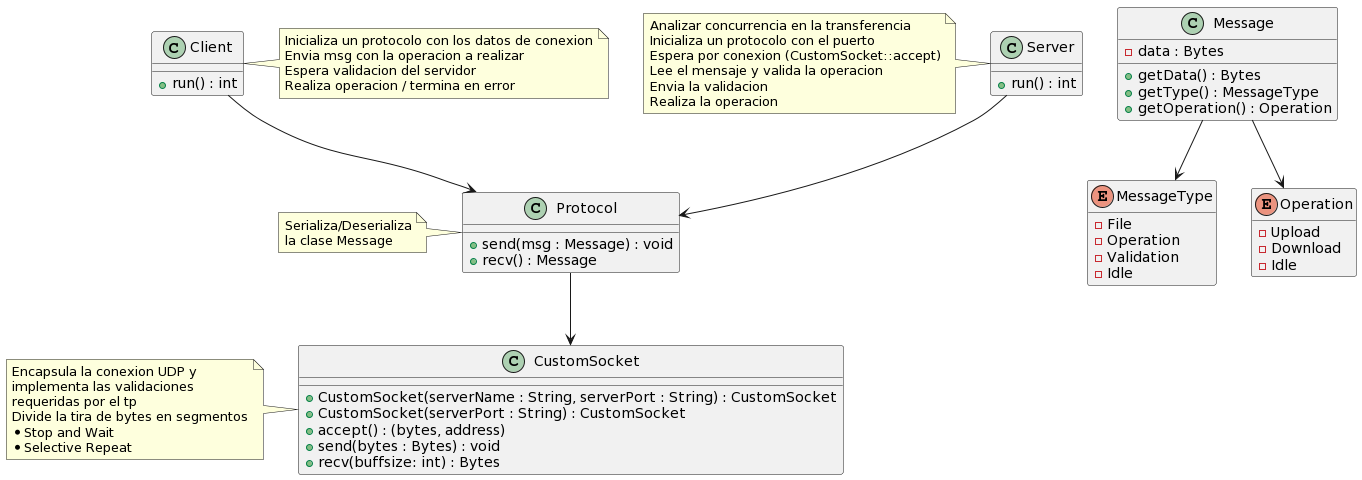
Above: clases.png in isoprophlex/FileTransfer-B10 (PlantUML), before the change.
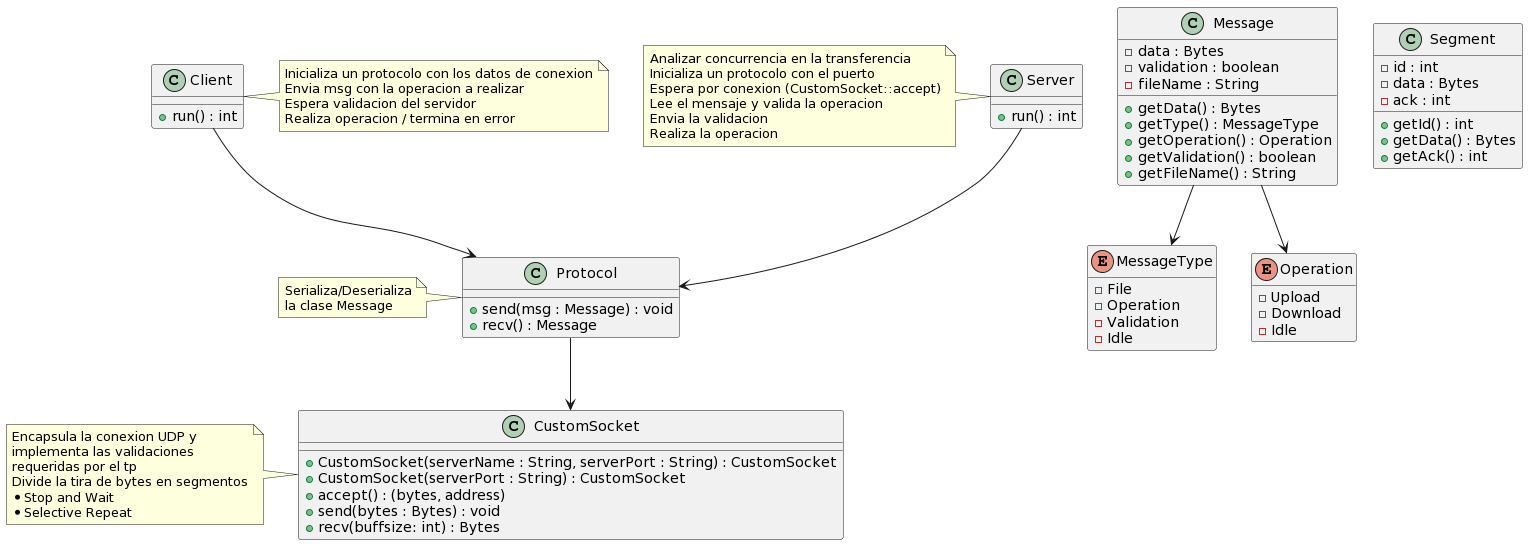
After the commit.

Commit message:
Segment diagram

Change to the diagram source:
```diff
@@ -23,9 +23,13 @@
 
 class Message {
  - data : Bytes
+ - validation : boolean
+ - fileName : String
  + getData() : Bytes
  + getType() : MessageType
  + getOperation() : Operation
+ + getValidation() : boolean
+ + getFileName() : String
 }
 
 enum MessageType {
@@ -42,6 +46,15 @@
 	- Idle
 }
 hide Operation methods
+
+class Segment {
+	- id : int
+	- data : Bytes
+	- ack : int
+	+ getId() : int
+	+ getData() : Bytes
+	+ getAck() : int
+}
 
 Message --> MessageType
 Message --> Operation
```
